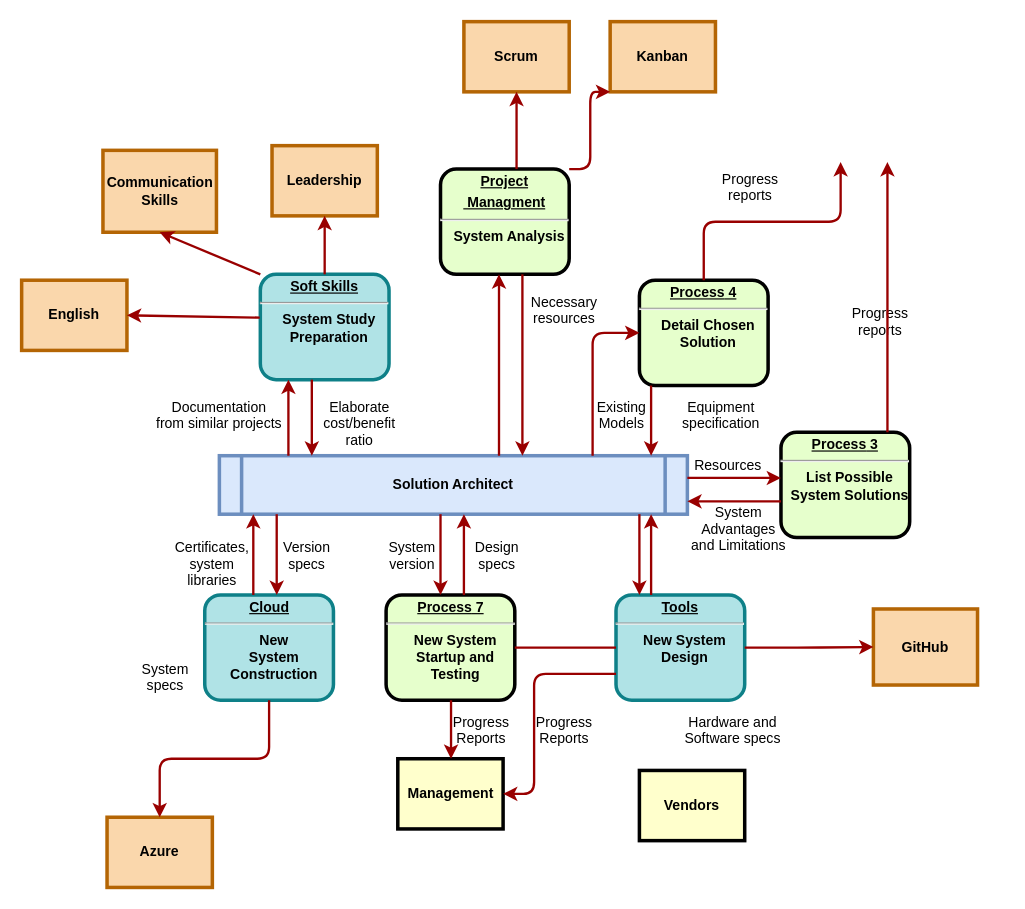
pablochj/SolutionArchitect keeps this draw.io diagram as SolutionArchitectCareer.drawio. Above is the earlier version. Source tidied: cells renumbered, new cells numbered last; positions are measured from the earlier drawing's top-left corner, leaving out a move shared by most shapes. Both pictures are drawn from the tidied source at 117%, with x=0, y=0 at pixel (21, 21).
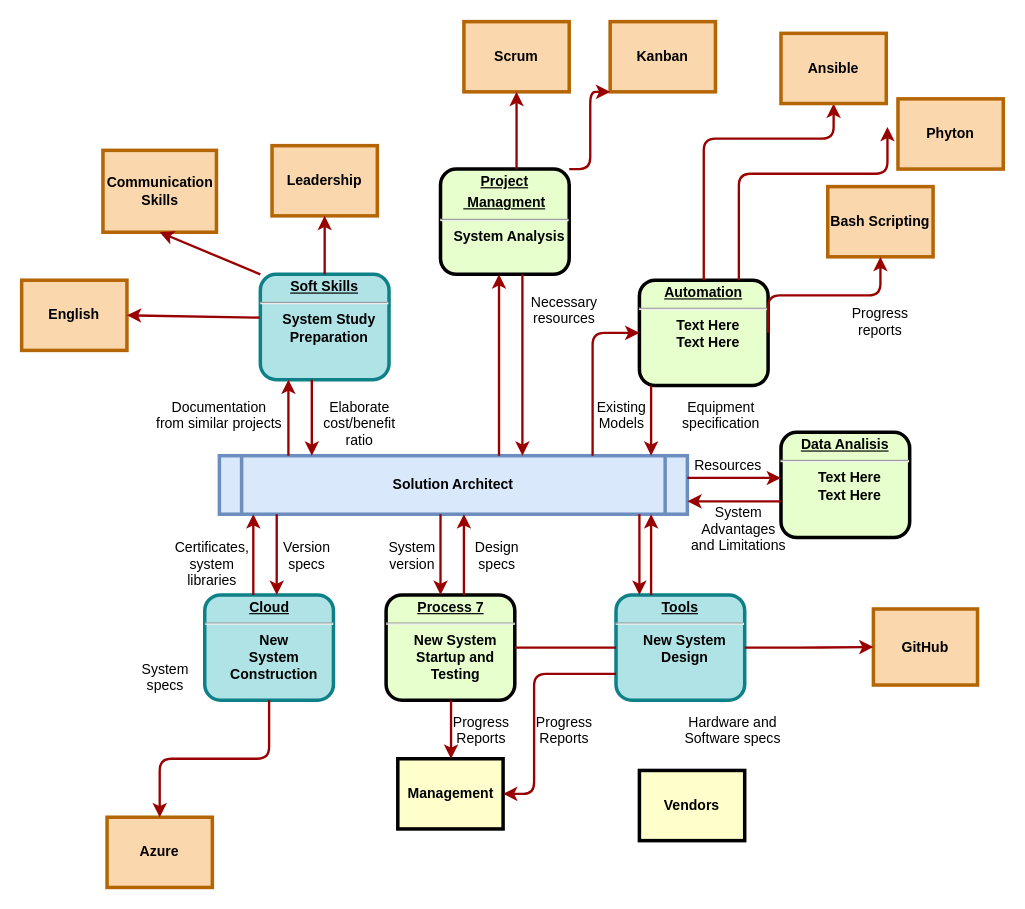
The same page after the edit.

The edit, as a diff of the source:
```diff
@@
-    <mxCell id="7" value="&lt;p style=&quot;margin: 0px; margin-top: 4px; text-align: center; text-decoration: underline;&quot;&gt;&lt;strong&gt;&lt;strong&gt;Process&lt;/strong&gt; 3&lt;br /&gt;&lt;/strong&gt;&lt;/p&gt;&lt;hr /&gt;&lt;p style=&quot;margin: 0px; margin-left: 8px;&quot;&gt;List Possible&lt;/p&gt;&lt;p style=&quot;margin: 0px; margin-left: 8px;&quot;&gt;System Solutions&lt;/p&gt;" style="verticalAlign=middle;align=center;overflow=fill;fontSize=12;fontFamily=Helvetica;html=1;rounded=1;fontStyle=1;strokeWidth=3;fillColor=#E6FFCC;" parent="1" vertex="1">
+    <mxCell id="7" value="&lt;p style=&quot;margin: 0px; margin-top: 4px; text-align: center; text-decoration: underline;&quot;&gt;&lt;strong&gt;Data Analisis&lt;/strong&gt;&lt;/p&gt;&lt;hr&gt;&lt;p style=&quot;margin: 0px; margin-left: 8px;&quot;&gt;Text Here&lt;/p&gt;&lt;p style=&quot;margin: 0px; margin-left: 8px;&quot;&gt;Text Here&lt;/p&gt;" style="verticalAlign=middle;align=center;overflow=fill;fontSize=12;fontFamily=Helvetica;html=1;rounded=1;fontStyle=1;strokeWidth=3;fillColor=#E6FFCC;" parent="1" vertex="1">
       <mxGeometry x="649" y="351" width="110" height="90" as="geometry" />
     </mxCell>
-    <mxCell id="8" value="&lt;p style=&quot;margin: 0px; margin-top: 4px; text-align: center; text-decoration: underline;&quot;&gt;&lt;strong&gt;&lt;strong&gt;Process&lt;/strong&gt; 4&lt;br /&gt;&lt;/strong&gt;&lt;/p&gt;&lt;hr /&gt;&lt;p style=&quot;margin: 0px; margin-left: 8px;&quot;&gt;Detail Chosen&lt;/p&gt;&lt;p style=&quot;margin: 0px; margin-left: 8px;&quot;&gt;Solution&lt;/p&gt;" style="verticalAlign=middle;align=center;overflow=fill;fontSize=12;fontFamily=Helvetica;html=1;rounded=1;fontStyle=1;strokeWidth=3;fillColor=#E6FFCC;" parent="1" vertex="1">
+    <mxCell id="8" value="&lt;p style=&quot;margin: 0px; margin-top: 4px; text-align: center; text-decoration: underline;&quot;&gt;&lt;strong&gt;Automation&lt;br&gt;&lt;/strong&gt;&lt;/p&gt;&lt;hr&gt;&lt;p style=&quot;margin: 0px; margin-left: 8px;&quot;&gt;Text Here&lt;/p&gt;&lt;p style=&quot;margin: 0px; margin-left: 8px;&quot;&gt;Text Here&lt;/p&gt;" style="verticalAlign=middle;align=center;overflow=fill;fontSize=12;fontFamily=Helvetica;html=1;rounded=1;fontStyle=1;strokeWidth=3;fillColor=#E6FFCC;" parent="1" vertex="1">
       <mxGeometry x="528" y="221" width="110" height="90" as="geometry" />
     </mxCell>
@@
-    <mxCell id="26" value="Progress&#10;reports" style="text;spacingTop=-5;align=center;" parent="1" vertex="1">
-      <mxGeometry x="608" y="126" width="30" height="20" as="geometry" />
-    </mxCell>
@@
-    <mxCell id="29" style="edgeStyle=elbowEdgeStyle;elbow=vertical;strokeColor=#990000;strokeWidth=2;" parent="1" edge="1" source="8">
+    <mxCell id="29" style="edgeStyle=elbowEdgeStyle;elbow=vertical;strokeColor=#990000;strokeWidth=2;entryX=0.5;entryY=1;entryDx=0;entryDy=0;" parent="1" edge="1" source="8" target="62">
       <mxGeometry relative="1" as="geometry">
-        <mxPoint x="700" y="120" as="targetPoint" />
+        <Array as="points">
+          <mxPoint x="640" y="100" />
+        </Array>
       </mxGeometry>
     </mxCell>
-    <mxCell id="30" style="edgeStyle=elbowEdgeStyle;elbow=horizontal;strokeColor=#990000;strokeWidth=2;" parent="1" edge="1" source="7">
-      <mxGeometry relative="1" as="geometry">
-        <mxPoint x="740" y="120" as="targetPoint" />
-      </mxGeometry>
-    </mxCell>
@@
+    <mxCell id="62" value="Ansible" style="whiteSpace=wrap;align=center;verticalAlign=middle;fontStyle=1;strokeWidth=3;fillColor=#fad7ac;strokeColor=#b46504;" parent="1" vertex="1">
+      <mxGeometry x="649" y="10" width="90" height="60" as="geometry" />
+    </mxCell>
+    <mxCell id="63" value="Phyton" style="whiteSpace=wrap;align=center;verticalAlign=middle;fontStyle=1;strokeWidth=3;fillColor=#fad7ac;strokeColor=#b46504;" parent="1" vertex="1">
+      <mxGeometry x="749" y="66" width="90" height="60" as="geometry" />
+    </mxCell>
+    <mxCell id="64" value="Bash Scripting" style="whiteSpace=wrap;align=center;verticalAlign=middle;fontStyle=1;strokeWidth=3;fillColor=#fad7ac;strokeColor=#b46504;" parent="1" vertex="1">
+      <mxGeometry x="689" y="141" width="90" height="60" as="geometry" />
+    </mxCell>
+    <mxCell id="65" style="edgeStyle=elbowEdgeStyle;elbow=vertical;strokeColor=#990000;strokeWidth=2;" parent="1" edge="1">
+      <mxGeometry relative="1" as="geometry">
+        <mxPoint x="613" y="221" as="sourcePoint" />
+        <mxPoint x="740" y="90" as="targetPoint" />
+        <Array as="points">
+          <mxPoint x="670" y="130" />
+        </Array>
+      </mxGeometry>
+    </mxCell>
+    <mxCell id="66" style="edgeStyle=elbowEdgeStyle;elbow=vertical;strokeColor=#990000;strokeWidth=2;exitX=1;exitY=0.5;exitDx=0;exitDy=0;entryX=0.5;entryY=1;entryDx=0;entryDy=0;" parent="1" edge="1" source="8" target="64">
+      <mxGeometry relative="1" as="geometry" />
+    </mxCell>
```
